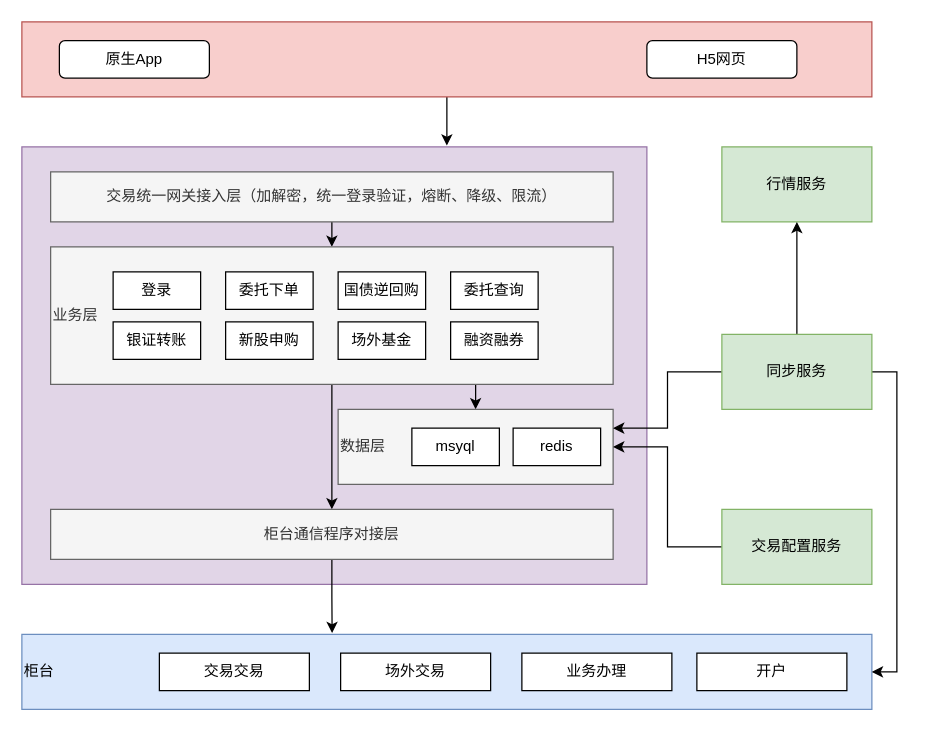
Above: Untitled Diagram.drawio in WindRain20140210/files-ArchitectureDiagram (draw.io), before the change. Source tidied: cells renumbered, new cells numbered last; positions are measured from the earlier drawing's top-left corner, leaving out a move shared by most shapes. Both pictures are drawn from the tidied source at 125%, with x=0, y=0 at pixel (21, 21).
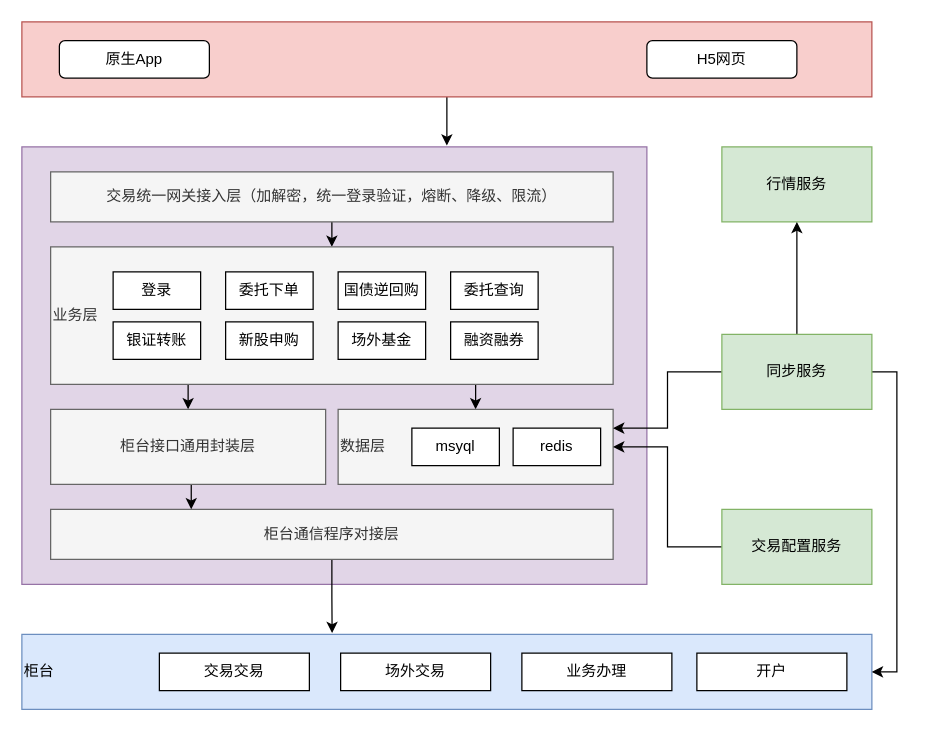
After the change.

The change refers to these unchanged cells:
```xml
<mxCell id="11" value="业务层" style="rounded=0;whiteSpace=wrap;html=1;align=left;fillColor=#f5f5f5;strokeColor=#666666;fontColor=#333333;" parent="1" vertex="1">
  <mxGeometry x="23" y="180" width="450" height="110" as="geometry" />
</mxCell>
<mxCell id="13" value="柜台通信程序对接层" style="rounded=0;whiteSpace=wrap;html=1;fillColor=#f5f5f5;strokeColor=#666666;fontColor=#333333;" parent="1" vertex="1">
  <mxGeometry x="23" y="390" width="450" height="40" as="geometry" />
</mxCell>
```

What changed in the source:
```diff
@@
-    <mxCell id="9" style="edgeStyle=orthogonalEdgeStyle;rounded=0;jettySize=auto;html=1;entryX=0.5;entryY=0;entryDx=0;entryDy=0;" parent="1" edge="1" source="11" target="13">
-      <mxGeometry relative="1" as="geometry" />
-    </mxCell>
@@
+    <mxCell id="37" style="edgeStyle=orthogonalEdgeStyle;rounded=0;jettySize=auto;html=1;exitX=0.25;exitY=1;exitDx=0;exitDy=0;entryX=0.5;entryY=0;entryDx=0;entryDy=0;" parent="1" edge="1" source="11" target="39">
+      <mxGeometry relative="1" as="geometry" />
+    </mxCell>
@@
+    <mxCell id="38" style="edgeStyle=orthogonalEdgeStyle;rounded=0;jettySize=auto;html=1;exitX=0.5;exitY=1;exitDx=0;exitDy=0;entryX=0.25;entryY=0;entryDx=0;entryDy=0;" parent="1" edge="1" source="39" target="13">
+      <mxGeometry relative="1" as="geometry" />
+    </mxCell>
+    <mxCell id="39" value="柜台接口通用封装层" style="rounded=0;whiteSpace=wrap;html=1;fillColor=#f5f5f5;strokeColor=#666666;fontColor=#333333;" parent="1" vertex="1">
+      <mxGeometry x="23" y="310" width="220" height="60" as="geometry" />
+    </mxCell>
```
